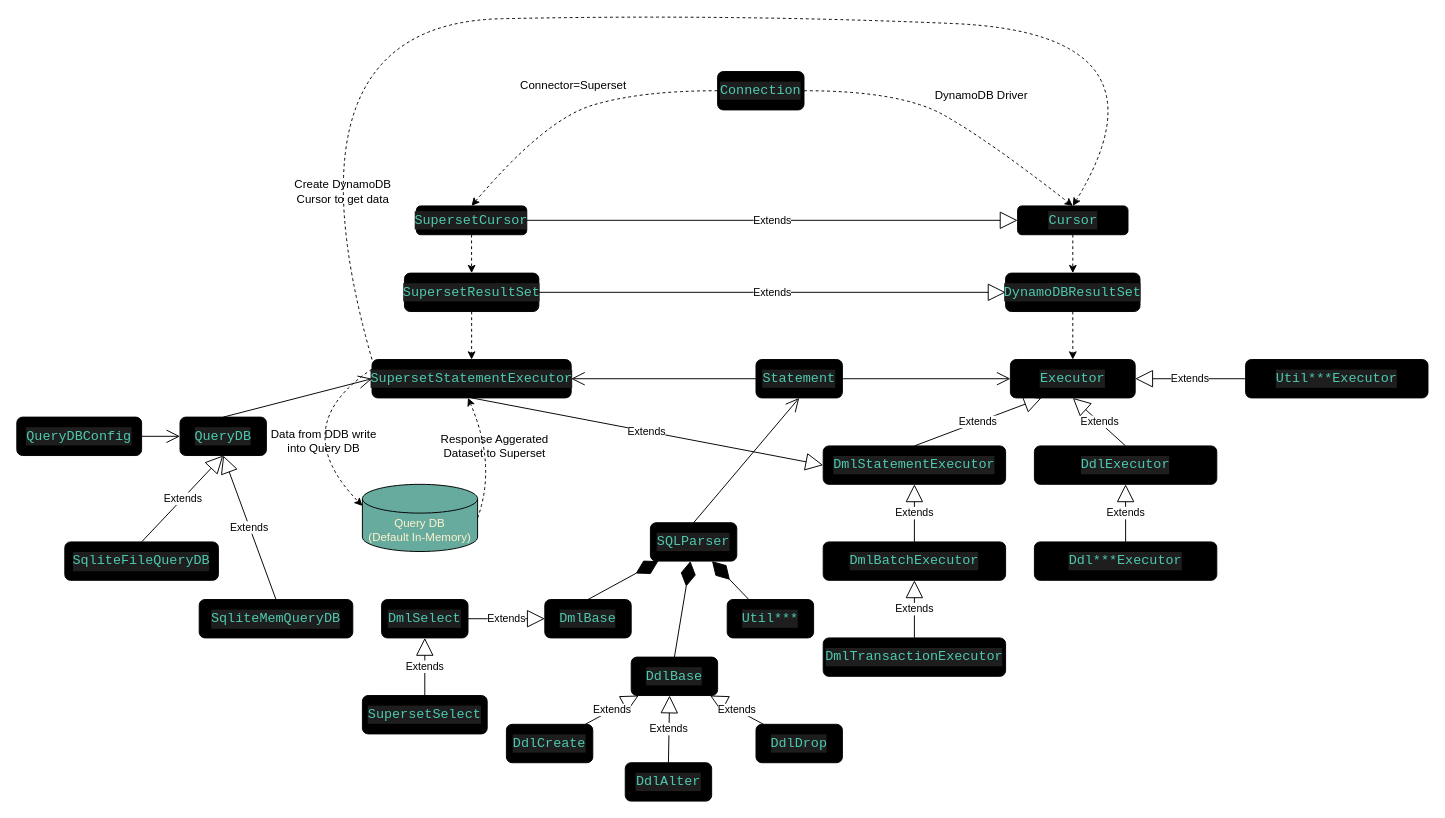
This is PyDynamoDB.drawio from passren/docs, a draw.io file, before an edit. Source tidied: cells renumbered, new cells numbered last; positions are measured from the earlier drawing's top-left corner, leaving out a move shared by most shapes. Both pictures are drawn from the tidied source at 96%, with x=0, y=0 at pixel (16, 13).
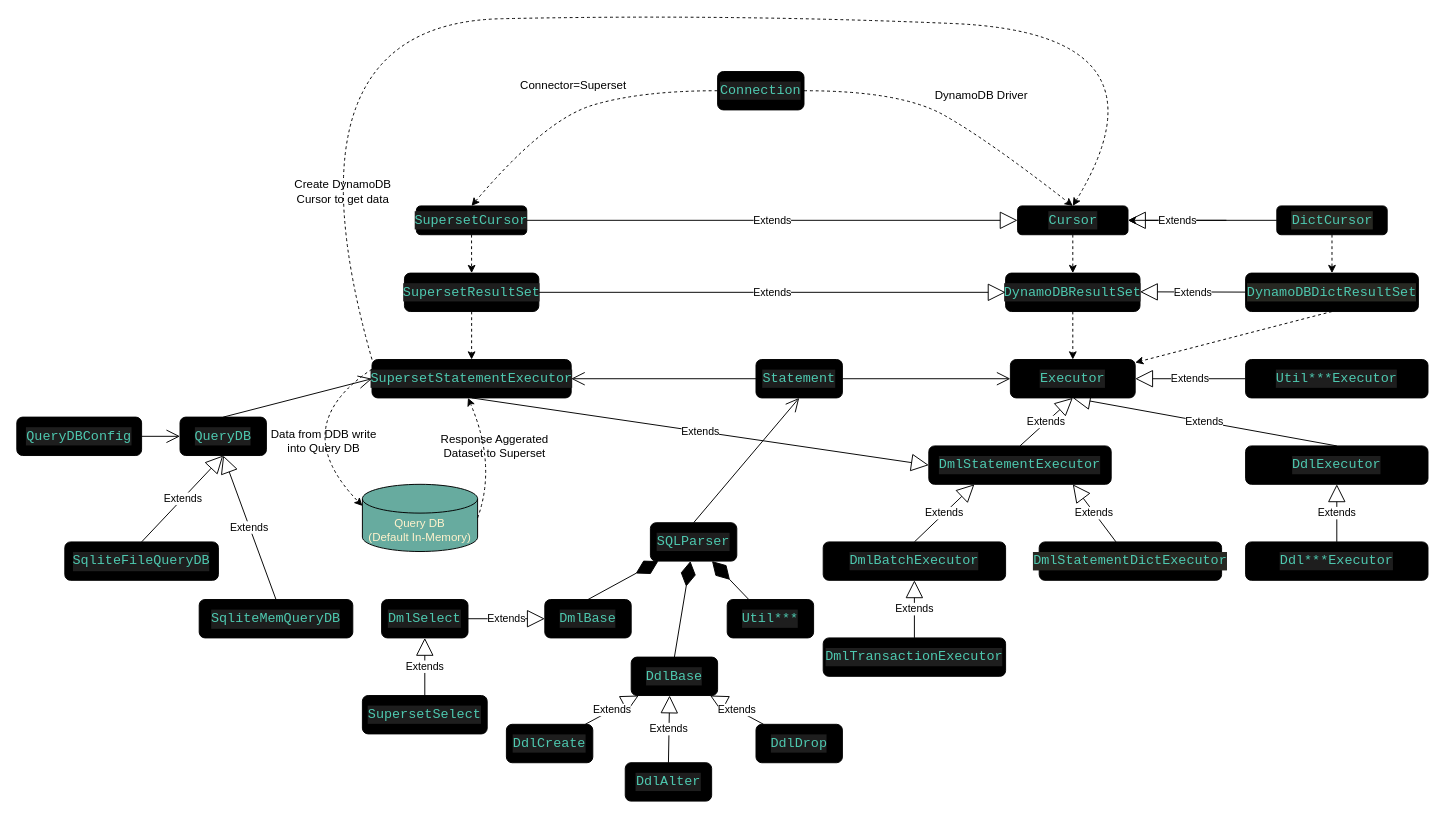
Above is the later version.

The change refers to these unchanged cells:
```xml
<mxCell id="6" value="&lt;div style=&quot;color: rgb(212, 212, 212); background-color: rgb(30, 30, 30); font-family: Consolas, &amp;quot;Courier New&amp;quot;, monospace; font-size: 14px; line-height: 19px;&quot;&gt;&lt;div style=&quot;line-height: 19px;&quot;&gt;&lt;span style=&quot;color: #4ec9b0;&quot;&gt;Cursor&lt;/span&gt;&lt;/div&gt;&lt;/div&gt;" style="rounded=1;whiteSpace=wrap;html=1;fillColor=#000000;" parent="1" vertex="1">
  <mxGeometry x="1042.5" y="200" width="115" height="30" as="geometry" />
</mxCell>
<mxCell id="8" value="&lt;div style=&quot;color: rgb(212, 212, 212); background-color: rgb(30, 30, 30); font-family: Consolas, &amp;quot;Courier New&amp;quot;, monospace; font-size: 14px; line-height: 19px;&quot;&gt;&lt;div style=&quot;line-height: 19px;&quot;&gt;&lt;span style=&quot;color: #4ec9b0;&quot;&gt;Executor&lt;/span&gt;&lt;/div&gt;&lt;/div&gt;" style="rounded=1;whiteSpace=wrap;html=1;fillColor=#000000;" parent="1" vertex="1">
  <mxGeometry x="1035" y="360" width="130" height="40" as="geometry" />
</mxCell>
<mxCell id="11" value="&lt;div style=&quot;color: rgb(212, 212, 212); background-color: rgb(30, 30, 30); font-family: Consolas, &amp;quot;Courier New&amp;quot;, monospace; font-size: 14px; line-height: 19px;&quot;&gt;&lt;div style=&quot;line-height: 19px;&quot;&gt;&lt;div style=&quot;line-height: 19px;&quot;&gt;&lt;div style=&quot;line-height: 19px;&quot;&gt;&lt;div style=&quot;line-height: 19px;&quot;&gt;&lt;span style=&quot;color: #4ec9b0;&quot;&gt;DmlBatchExecutor&lt;/span&gt;&lt;/div&gt;&lt;/div&gt;&lt;/div&gt;&lt;/div&gt;&lt;/div&gt;" style="rounded=1;whiteSpace=wrap;html=1;fillColor=#000000;" parent="1" vertex="1">
  <mxGeometry x="840" y="550" width="190" height="40" as="geometry" />
</mxCell>
```

Change to the diagram source:
```diff
@@
     <mxCell id="9" value="&lt;div style=&quot;color: rgb(212, 212, 212); background-color: rgb(30, 30, 30); font-family: Consolas, &amp;quot;Courier New&amp;quot;, monospace; font-size: 14px; line-height: 19px;&quot;&gt;&lt;div style=&quot;line-height: 19px;&quot;&gt;&lt;div style=&quot;line-height: 19px;&quot;&gt;&lt;span style=&quot;color: #4ec9b0;&quot;&gt;DmlStatementExecutor&lt;/span&gt;&lt;/div&gt;&lt;/div&gt;&lt;/div&gt;" style="rounded=1;whiteSpace=wrap;html=1;fillColor=#000000;" parent="1" vertex="1">
-      <mxGeometry x="840" y="450" width="190" height="40" as="geometry" />
+      <mxGeometry x="950" y="450" width="190" height="40" as="geometry" />
     </mxCell>
@@
     <mxCell id="12" value="&lt;div style=&quot;color: rgb(212, 212, 212); background-color: rgb(30, 30, 30); font-family: Consolas, &amp;quot;Courier New&amp;quot;, monospace; font-size: 14px; line-height: 19px;&quot;&gt;&lt;div style=&quot;line-height: 19px;&quot;&gt;&lt;div style=&quot;line-height: 19px;&quot;&gt;&lt;div style=&quot;line-height: 19px;&quot;&gt;&lt;div style=&quot;line-height: 19px;&quot;&gt;&lt;span style=&quot;color: #4ec9b0;&quot;&gt;DdlExecutor&lt;/span&gt;&lt;/div&gt;&lt;/div&gt;&lt;/div&gt;&lt;/div&gt;&lt;/div&gt;" style="rounded=1;whiteSpace=wrap;html=1;fillColor=#000000;" parent="1" vertex="1">
-      <mxGeometry x="1060" y="450" width="190" height="40" as="geometry" />
+      <mxGeometry x="1280" y="450" width="190" height="40" as="geometry" />
     </mxCell>
@@
-    <mxCell id="29" value="Extends" style="endArrow=block;endSize=16;endFill=0;html=1;rounded=0;exitX=0.5;exitY=0;exitDx=0;exitDy=0;entryX=0.25;entryY=1;entryDx=0;entryDy=0;" parent="1" edge="1" source="9" target="8">
-      <mxGeometry relative="1" as="geometry" />
+    <mxCell id="29" value="Extends" style="endArrow=block;endSize=16;endFill=0;html=1;rounded=0;exitX=0.5;exitY=0;exitDx=0;exitDy=0;" parent="1" edge="1" source="9">
+      <mxGeometry relative="1" as="geometry">
+        <mxPoint x="1100" y="400" as="targetPoint" />
+      </mxGeometry>
     </mxCell>
-    <mxCell id="30" value="Extends" style="endArrow=block;endSize=16;endFill=0;html=1;rounded=0;exitX=0.5;exitY=0;exitDx=0;exitDy=0;entryX=0.5;entryY=1;entryDx=0;entryDy=0;" parent="1" edge="1" source="11" target="9">
+    <mxCell id="30" value="Extends" style="endArrow=block;endSize=16;endFill=0;html=1;rounded=0;exitX=0.5;exitY=0;exitDx=0;exitDy=0;entryX=0.25;entryY=1;entryDx=0;entryDy=0;" parent="1" edge="1" source="11" target="9">
       <mxGeometry relative="1" as="geometry" />
     </mxCell>
@@
     <mxCell id="32" value="&lt;div style=&quot;color: rgb(212, 212, 212); background-color: rgb(30, 30, 30); font-family: Consolas, &amp;quot;Courier New&amp;quot;, monospace; font-size: 14px; line-height: 19px;&quot;&gt;&lt;div style=&quot;line-height: 19px;&quot;&gt;&lt;div style=&quot;line-height: 19px;&quot;&gt;&lt;div style=&quot;line-height: 19px;&quot;&gt;&lt;div style=&quot;line-height: 19px;&quot;&gt;&lt;span style=&quot;color: #4ec9b0;&quot;&gt;Ddl***Executor&lt;/span&gt;&lt;/div&gt;&lt;/div&gt;&lt;/div&gt;&lt;/div&gt;&lt;/div&gt;" style="rounded=1;whiteSpace=wrap;html=1;fillColor=#000000;" parent="1" vertex="1">
-      <mxGeometry x="1060" y="550" width="190" height="40" as="geometry" />
+      <mxGeometry x="1280" y="550" width="190" height="40" as="geometry" />
     </mxCell>
@@
+    <mxCell id="68" value="&lt;div style=&quot;background-color: rgb(30, 30, 30); font-family: Consolas, &amp;quot;Courier New&amp;quot;, monospace; font-size: 14px; line-height: 19px;&quot;&gt;&lt;div style=&quot;line-height: 19px;&quot;&gt;&lt;div style=&quot;line-height: 19px;&quot;&gt;&lt;div style=&quot;line-height: 19px;&quot;&gt;&lt;div style=&quot;line-height: 19px;&quot;&gt;&lt;div style=&quot;background-color: rgb(39, 40, 34); line-height: 19px;&quot;&gt;&lt;font color=&quot;#4ec9b0&quot;&gt;DmlStatementDictExecutor&lt;/font&gt;&lt;/div&gt;&lt;/div&gt;&lt;/div&gt;&lt;/div&gt;&lt;/div&gt;&lt;/div&gt;" style="rounded=1;whiteSpace=wrap;html=1;fillColor=#000000;" parent="1" vertex="1">
+      <mxGeometry x="1065" y="550" width="190" height="40" as="geometry" />
+    </mxCell>
+    <mxCell id="69" value="Extends" style="endArrow=block;endSize=16;endFill=0;html=1;rounded=0;" parent="1" edge="1" source="68" target="9">
+      <mxGeometry x="0.01" relative="1" as="geometry">
+        <Array as="points">
+          <mxPoint x="1100" y="490" />
+        </Array>
+      </mxGeometry>
+    </mxCell>
+    <mxCell id="70" style="edgeStyle=orthogonalEdgeStyle;rounded=0;jettySize=auto;html=1;fontColor=#4ec6ae;" parent="1" edge="1" source="71" target="6">
+      <mxGeometry relative="1" as="geometry" />
+    </mxCell>
+    <mxCell id="71" value="&lt;div style=&quot;background-color: rgb(30, 30, 30); font-family: Consolas, &amp;quot;Courier New&amp;quot;, monospace; font-size: 14px; line-height: 19px;&quot;&gt;&lt;div style=&quot;line-height: 19px;&quot;&gt;&lt;div style=&quot;background-color: rgb(39, 40, 34); line-height: 19px;&quot;&gt;&lt;font color=&quot;#4ec9b0&quot;&gt;DictCursor&lt;/font&gt;&lt;/div&gt;&lt;/div&gt;&lt;/div&gt;" style="rounded=1;whiteSpace=wrap;html=1;fillColor=#000000;" parent="1" vertex="1">
+      <mxGeometry x="1312.5" y="200" width="115" height="30" as="geometry" />
+    </mxCell>
+    <mxCell id="72" value="&lt;div style=&quot;background-color: rgb(30, 30, 30); font-family: Consolas, &amp;quot;Courier New&amp;quot;, monospace; font-size: 14px; line-height: 19px;&quot;&gt;&lt;div style=&quot;line-height: 19px;&quot;&gt;&lt;div style=&quot;background-color: rgb(39, 40, 34); line-height: 19px;&quot;&gt;&lt;font color=&quot;#4ec9b0&quot;&gt;DynamoDBDictResultSet&lt;/font&gt;&lt;/div&gt;&lt;/div&gt;&lt;/div&gt;" style="rounded=1;whiteSpace=wrap;html=1;fillColor=#000000;" parent="1" vertex="1">
+      <mxGeometry x="1280" y="270" width="180" height="40" as="geometry" />
+    </mxCell>
+    <mxCell id="73" value="Extends" style="endArrow=block;endSize=16;endFill=0;html=1;rounded=0;entryX=1;entryY=0.5;entryDx=0;entryDy=0;" parent="1" edge="1" source="72">
+      <mxGeometry relative="1" as="geometry">
+        <mxPoint x="1170" y="289.5" as="targetPoint" />
+      </mxGeometry>
+    </mxCell>
+    <mxCell id="74" value="Extends" style="endArrow=block;endSize=16;endFill=0;html=1;rounded=0;" parent="1" edge="1" target="6">
+      <mxGeometry relative="1" as="geometry">
+        <mxPoint x="1260" y="215" as="sourcePoint" />
+      </mxGeometry>
+    </mxCell>
+    <mxCell id="75" style="endArrow=classic;html=1;rounded=0;exitX=0.5;exitY=1;exitDx=0;exitDy=0;dashed=1;entryX=0.5;entryY=0;entryDx=0;entryDy=0;" parent="1" edge="1" source="71" target="72">
+      <mxGeometry relative="1" as="geometry" />
+    </mxCell>
+    <mxCell id="76" style="endArrow=classic;html=1;rounded=0;exitX=0.5;exitY=1;exitDx=0;exitDy=0;dashed=1;" parent="1" edge="1" source="72" target="8">
+      <mxGeometry relative="1" as="geometry" />
+    </mxCell>
```
